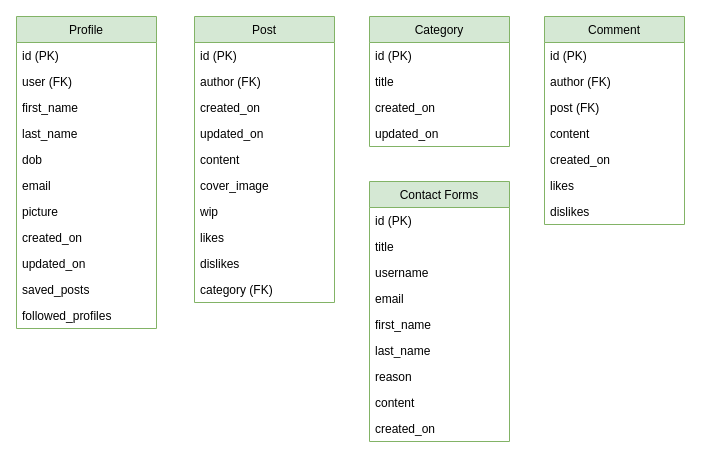
Earlier version of the draw.io diagram docs/databasetables/database-tables.drawio (lukebinmore/guideshare-api). Source tidied: cells renumbered, new cells numbered last; positions are measured from the earlier drawing's top-left corner, leaving out a move shared by most shapes. Both pictures are drawn from the tidied source at 100%, with x=0, y=0 at pixel (16, 16).
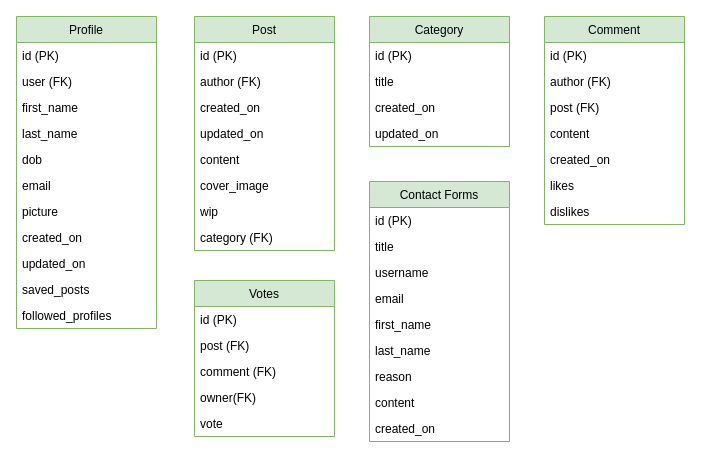
Above is the later version.

Commit message (it also covers changes not shown here):
Change - Change Database Scheme

Change to the diagram source:
```diff
@@
     <mxCell id="14" value="Post" style="swimlane;fontStyle=0;horizontal=1;startSize=26;labelBackgroundColor=none;fillColor=#d5e8d4;strokeColor=#82b366;" parent="1" vertex="1">
-      <mxGeometry x="178" width="140" height="286" as="geometry" />
+      <mxGeometry x="178" width="140" height="234" as="geometry" />
     </mxCell>
@@
-    <mxCell id="22" value="likes" style="text;strokeColor=none;fillColor=none;align=left;verticalAlign=top;spacingLeft=4;spacingRight=4;overflow=hidden;labelBackgroundColor=none;" parent="14" vertex="1">
-      <mxGeometry y="208" width="140" height="26" as="geometry" />
-    </mxCell>
-    <mxCell id="23" value="dislikes" style="text;strokeColor=none;fillColor=none;align=left;verticalAlign=top;spacingLeft=4;spacingRight=4;overflow=hidden;labelBackgroundColor=none;" parent="14" vertex="1">
-      <mxGeometry y="234" width="140" height="26" as="geometry" />
-    </mxCell>
     <mxCell id="24" value="category (FK)" style="text;strokeColor=none;fillColor=none;align=left;verticalAlign=top;spacingLeft=4;spacingRight=4;overflow=hidden;labelBackgroundColor=none;" parent="14" vertex="1">
-      <mxGeometry y="260" width="140" height="26" as="geometry" />
+      <mxGeometry y="208" width="140" height="26" as="geometry" />
     </mxCell>
@@
+    <mxCell id="48" value="Votes" style="swimlane;fontStyle=0;horizontal=1;startSize=26;labelBackgroundColor=none;fillColor=#d5e8d4;strokeColor=#82b366;" parent="1" vertex="1">
+      <mxGeometry x="178" y="264" width="140" height="156" as="geometry" />
+    </mxCell>
+    <mxCell id="49" value="id (PK)" style="text;strokeColor=none;fillColor=none;align=left;verticalAlign=top;spacingLeft=4;spacingRight=4;overflow=hidden;labelBackgroundColor=none;" parent="48" vertex="1">
+      <mxGeometry y="26" width="140" height="26" as="geometry" />
+    </mxCell>
+    <mxCell id="50" value="post (FK)" style="text;strokeColor=none;fillColor=none;align=left;verticalAlign=top;spacingLeft=4;spacingRight=4;overflow=hidden;labelBackgroundColor=none;" parent="48" vertex="1">
+      <mxGeometry y="52" width="140" height="26" as="geometry" />
+    </mxCell>
+    <mxCell id="51" value="comment (FK)" style="text;strokeColor=none;fillColor=none;align=left;verticalAlign=top;spacingLeft=4;spacingRight=4;overflow=hidden;labelBackgroundColor=none;" parent="48" vertex="1">
+      <mxGeometry y="78" width="140" height="26" as="geometry" />
+    </mxCell>
+    <mxCell id="52" value="owner(FK)" style="text;strokeColor=none;fillColor=none;align=left;verticalAlign=top;spacingLeft=4;spacingRight=4;overflow=hidden;labelBackgroundColor=none;" parent="48" vertex="1">
+      <mxGeometry y="104" width="140" height="26" as="geometry" />
+    </mxCell>
+    <mxCell id="53" value="vote" style="text;strokeColor=none;fillColor=none;align=left;verticalAlign=top;spacingLeft=4;spacingRight=4;overflow=hidden;labelBackgroundColor=none;" parent="48" vertex="1">
+      <mxGeometry y="130" width="140" height="26" as="geometry" />
+    </mxCell>
```
